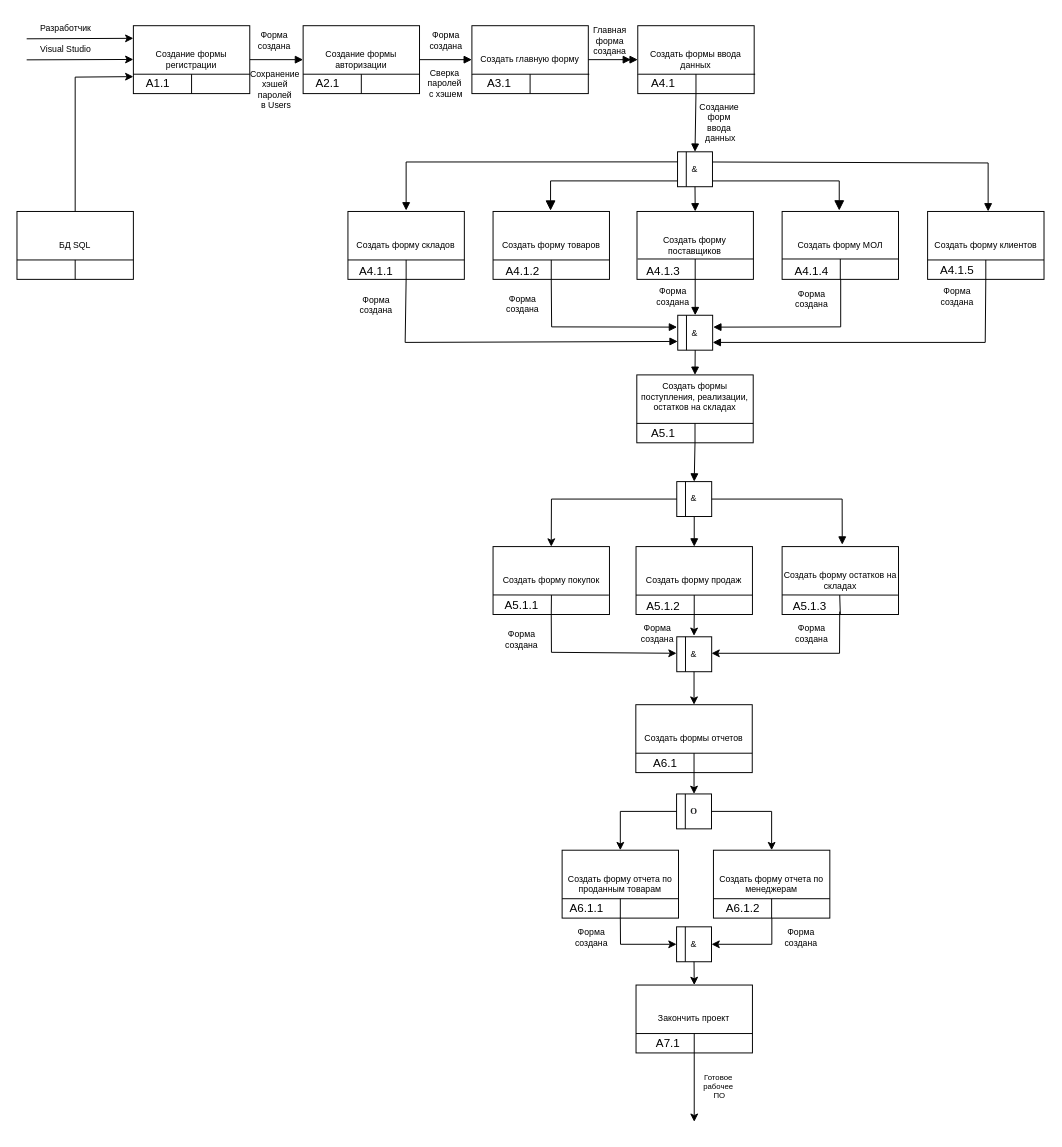
The draw.io diagram IDEF3.drawio in dallas-ak/MiSPIS, before the edit. Source tidied: cells renumbered, new cells numbered last; positions are measured from the earlier drawing's top-left corner, leaving out a move shared by most shapes. Both pictures are drawn from the tidied source at 97%, with x=0, y=0 at pixel (16, 16).
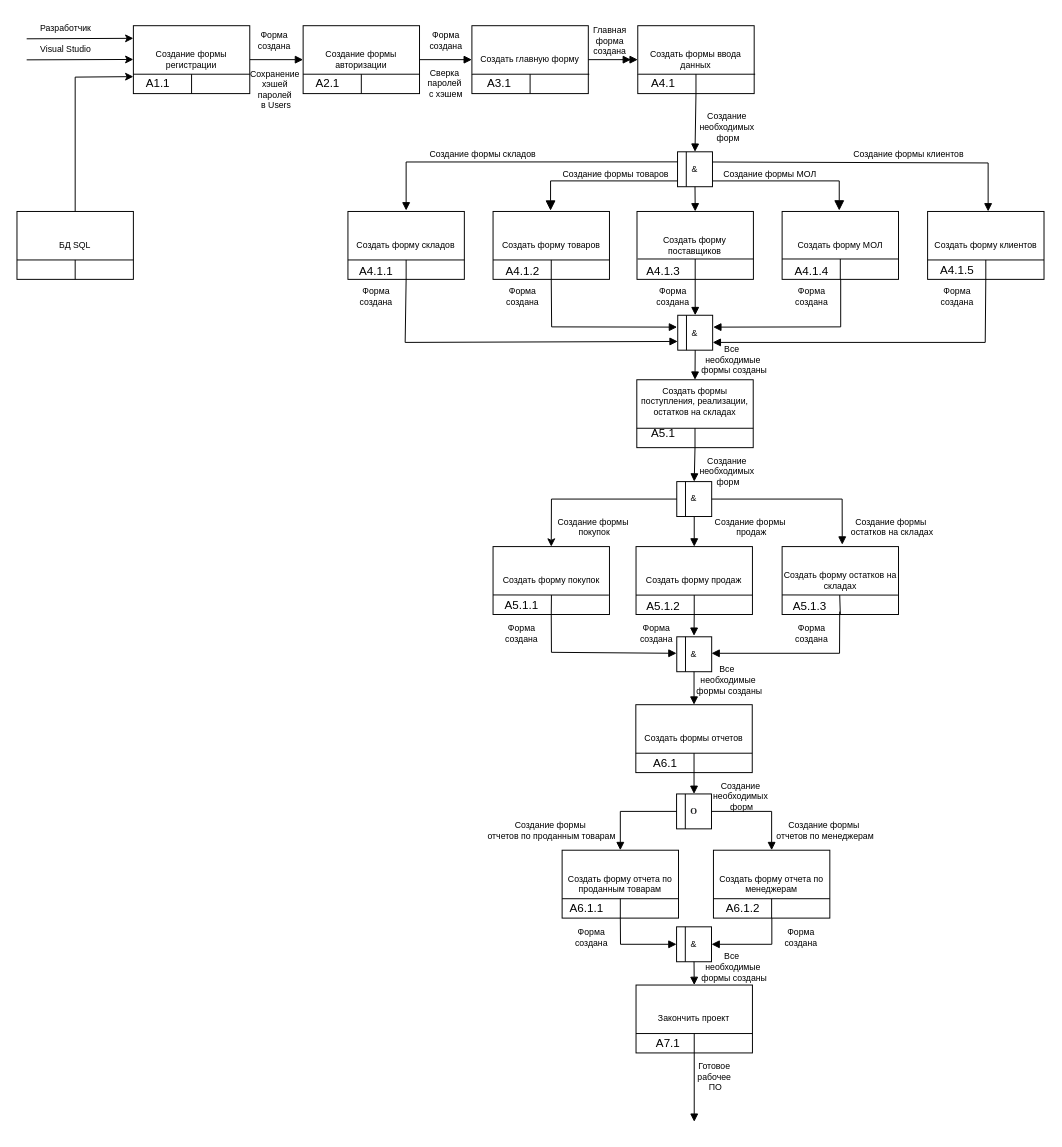
Above is the later version.

The change refers to these unchanged cells:
```xml
<mxCell id="45" value="Создать&amp;nbsp;форму покупок" style="rounded=0;whiteSpace=wrap;html=1;fontSize=9;" parent="1" vertex="1">
  <mxGeometry x="490.8" y="546" width="120" height="70" as="geometry" />
</mxCell>
<mxCell id="48" value="Создать&amp;nbsp;форму продаж" style="rounded=0;whiteSpace=wrap;html=1;fontSize=9;" parent="1" vertex="1">
  <mxGeometry x="638.2" y="546" width="120" height="70" as="geometry" />
</mxCell>
<mxCell id="72" value="Создать формы отчетов" style="rounded=0;whiteSpace=wrap;html=1;fontSize=9;" parent="1" vertex="1">
  <mxGeometry x="638" y="709" width="120" height="70" as="geometry" />
</mxCell>
<mxCell id="76" value="Создать форму отчета по проданным товарам" style="rounded=0;whiteSpace=wrap;html=1;fontSize=9;" parent="1" vertex="1">
  <mxGeometry x="562" y="859" width="120" height="70" as="geometry" />
</mxCell>
<mxCell id="79" value="Создать форму отчета по менеджерам" style="rounded=0;whiteSpace=wrap;html=1;fontSize=9;" parent="1" vertex="1">
  <mxGeometry x="718" y="859" width="120" height="70" as="geometry" />
</mxCell>
<mxCell id="84" value="&lt;span style=&quot;font-weight: 700; color: rgb(32, 33, 34); font-family: &amp;quot;palatino linotype&amp;quot;, &amp;quot;new athena unicode&amp;quot;, athena, gentium, code2000, serif; font-size: 9px; text-align: start; background-color: rgb(255, 255, 255);&quot;&gt;Ο&lt;/span&gt;" style="whiteSpace=wrap;html=1;fontSize=9;" parent="83" vertex="1">
  <mxGeometry width="36" height="36" as="geometry" />
</mxCell>
<mxCell id="88" value="Закончить проект" style="rounded=0;whiteSpace=wrap;html=1;fontSize=9;" parent="1" vertex="1">
  <mxGeometry x="638.2" y="998" width="120" height="70" as="geometry" />
</mxCell>
<mxCell id="92" value="&amp;amp;" style="whiteSpace=wrap;html=1;fontSize=9;" parent="91" vertex="1">
  <mxGeometry width="36" height="36" as="geometry" />
</mxCell>
```

The edit, as a diff of the source:
```diff
@@
     <mxCell id="59" value="Создать формы поступления, реализации, остатков на складах" style="rounded=0;whiteSpace=wrap;html=1;fontSize=9;verticalAlign=top;spacingBottom=0;labelPosition=center;verticalLabelPosition=middle;align=center;" parent="1" vertex="1">
-      <mxGeometry x="639" y="369" width="120" height="70" as="geometry" />
+      <mxGeometry x="639" y="374" width="120" height="70" as="geometry" />
     </mxCell>
     <mxCell id="60" style="endArrow=none;html=1;rounded=0;fontSize=9;" parent="1" edge="1" source="59">
       <mxGeometry relative="1" as="geometry">
-        <mxPoint x="759" y="419" as="targetPoint" />
+        <mxPoint x="759" y="424" as="targetPoint" />
         <Array as="points">
-          <mxPoint x="639" y="419" />
+          <mxPoint x="639" y="424" />
         </Array>
       </mxGeometry>
     </mxCell>
     <mxCell id="61" style="endArrow=none;html=1;rounded=0;exitX=0.5;exitY=1;exitDx=0;exitDy=0;fontSize=9;" parent="1" edge="1" source="59">
       <mxGeometry relative="1" as="geometry">
-        <mxPoint x="699" y="419" as="targetPoint" />
+        <mxPoint x="699" y="424" as="targetPoint" />
       </mxGeometry>
     </mxCell>
@@
-    <mxCell id="68" style="endArrow=classic;html=1;rounded=0;entryX=0.5;entryY=0;entryDx=0;entryDy=0;exitX=0.5;exitY=1;exitDx=0;exitDy=0;fontSize=9;" parent="1" edge="1" source="48">
+    <mxCell id="68" style="endArrow=block;html=1;rounded=0;entryX=0.5;entryY=0;entryDx=0;entryDy=0;exitX=0.5;exitY=1;exitDx=0;exitDy=0;fontSize=9;endFill=1;" parent="1" edge="1" source="48">
       <mxGeometry relative="1" as="geometry">
         <mxPoint x="698" y="638" as="targetPoint" />
       </mxGeometry>
     </mxCell>
-    <mxCell id="69" style="endArrow=classic;html=1;rounded=0;entryX=0;entryY=0.5;entryDx=0;entryDy=0;exitX=0.5;exitY=1;exitDx=0;exitDy=0;fontSize=9;" parent="1" edge="1" source="45">
+    <mxCell id="69" style="endArrow=block;html=1;rounded=0;entryX=0;entryY=0.5;entryDx=0;entryDy=0;exitX=0.5;exitY=1;exitDx=0;exitDy=0;fontSize=9;endFill=1;" parent="1" edge="1" source="45">
       <mxGeometry relative="1" as="geometry">
         <mxPoint x="680" y="656" as="targetPoint" />
         <Array as="points">
           <mxPoint x="551" y="655" />
         </Array>
       </mxGeometry>
     </mxCell>
-    <mxCell id="70" style="endArrow=classic;html=1;rounded=0;exitX=0.5;exitY=1;exitDx=0;exitDy=0;entryX=1;entryY=0.5;entryDx=0;entryDy=0;fontSize=9;" parent="1" edge="1">
+    <mxCell id="70" style="endArrow=block;html=1;rounded=0;exitX=0.5;exitY=1;exitDx=0;exitDy=0;entryX=1;entryY=0.5;entryDx=0;entryDy=0;fontSize=9;endFill=1;" parent="1" edge="1">
       <mxGeometry relative="1" as="geometry">
         <mxPoint x="848.2" y="613" as="sourcePoint" />
         <mxPoint x="716" y="656" as="targetPoint" />
         <Array as="points">
           <mxPoint x="848" y="656" />
         </Array>
       </mxGeometry>
     </mxCell>
-    <mxCell id="71" style="endArrow=classic;html=1;rounded=0;exitX=0.5;exitY=1;exitDx=0;exitDy=0;fontSize=9;" parent="1" edge="1">
+    <mxCell id="71" style="endArrow=block;html=1;rounded=0;exitX=0.5;exitY=1;exitDx=0;exitDy=0;fontSize=9;endFill=1;" parent="1" edge="1">
       <mxGeometry relative="1" as="geometry">
         <mxPoint x="698" y="674" as="sourcePoint" />
         <mxPoint x="698" y="709" as="targetPoint" />
       </mxGeometry>
     </mxCell>
@@
-    <mxCell id="75" style="endArrow=classic;html=1;rounded=0;exitX=0.5;exitY=1;exitDx=0;exitDy=0;fontSize=9;entryX=0.5;entryY=0;entryDx=0;entryDy=0;" parent="1" edge="1" source="72" target="84">
+    <mxCell id="75" style="endArrow=block;html=1;rounded=0;exitX=0.5;exitY=1;exitDx=0;exitDy=0;fontSize=9;entryX=0.5;entryY=0;entryDx=0;entryDy=0;endFill=1;" parent="1" edge="1" source="72" target="84">
       <mxGeometry relative="1" as="geometry" />
     </mxCell>
@@
-    <mxCell id="86" style="endArrow=classic;html=1;rounded=0;entryX=0.5;entryY=0;entryDx=0;entryDy=0;exitX=0;exitY=0.5;exitDx=0;exitDy=0;fontSize=9;" parent="1" edge="1" source="84" target="76">
+    <mxCell id="86" style="endArrow=block;html=1;rounded=0;entryX=0.5;entryY=0;entryDx=0;entryDy=0;exitX=0;exitY=0.5;exitDx=0;exitDy=0;fontSize=9;endFill=1;" parent="1" edge="1" source="84" target="76">
       <mxGeometry relative="1" as="geometry">
         <Array as="points">
           <mxPoint x="622" y="819" />
         </Array>
       </mxGeometry>
     </mxCell>
-    <mxCell id="87" style="endArrow=classic;html=1;rounded=0;entryX=0.5;entryY=0;entryDx=0;entryDy=0;exitX=1;exitY=0.5;exitDx=0;exitDy=0;fontSize=9;" parent="1" edge="1" source="84" target="79">
+    <mxCell id="87" style="endArrow=block;html=1;rounded=0;entryX=0.5;entryY=0;entryDx=0;entryDy=0;exitX=1;exitY=0.5;exitDx=0;exitDy=0;fontSize=9;endFill=1;" parent="1" edge="1" source="84" target="79">
       <mxGeometry relative="1" as="geometry">
         <Array as="points">
           <mxPoint x="778" y="819" />
         </Array>
       </mxGeometry>
     </mxCell>
@@
-    <mxCell id="94" style="endArrow=classic;html=1;rounded=0;entryX=0.5;entryY=0;entryDx=0;entryDy=0;exitX=0.5;exitY=1;exitDx=0;exitDy=0;fontSize=9;" parent="1" edge="1" source="92" target="88">
+    <mxCell id="94" style="endArrow=block;html=1;rounded=0;entryX=0.5;entryY=0;entryDx=0;entryDy=0;exitX=0.5;exitY=1;exitDx=0;exitDy=0;fontSize=9;endFill=1;" parent="1" edge="1" source="92" target="88">
       <mxGeometry relative="1" as="geometry" />
     </mxCell>
-    <mxCell id="95" style="endArrow=classic;html=1;rounded=0;entryX=0;entryY=0.5;entryDx=0;entryDy=0;exitX=0.5;exitY=1;exitDx=0;exitDy=0;fontSize=9;" parent="1" edge="1" source="76" target="92">
+    <mxCell id="95" style="endArrow=block;html=1;rounded=0;entryX=0;entryY=0.5;entryDx=0;entryDy=0;exitX=0.5;exitY=1;exitDx=0;exitDy=0;fontSize=9;endFill=1;" parent="1" edge="1" source="76" target="92">
       <mxGeometry relative="1" as="geometry">
         <Array as="points">
           <mxPoint x="622.2" y="956" />
         </Array>
       </mxGeometry>
     </mxCell>
-    <mxCell id="96" style="endArrow=classic;html=1;rounded=0;entryX=1;entryY=0.5;entryDx=0;entryDy=0;exitX=0.5;exitY=1;exitDx=0;exitDy=0;fontSize=9;" parent="1" edge="1" target="92">
+    <mxCell id="96" style="endArrow=block;html=1;rounded=0;entryX=1;entryY=0.5;entryDx=0;entryDy=0;exitX=0.5;exitY=1;exitDx=0;exitDy=0;fontSize=9;endFill=1;" parent="1" edge="1" target="92">
       <mxGeometry relative="1" as="geometry">
         <mxPoint x="778.2" y="929" as="sourcePoint" />
         <Array as="points">
           <mxPoint x="778.2" y="956" />
         </Array>
       </mxGeometry>
     </mxCell>
-    <mxCell id="97" style="endArrow=classic;html=1;rounded=0;exitX=0.5;exitY=1;exitDx=0;exitDy=0;fontSize=9;" parent="1" edge="1" source="88">
+    <mxCell id="97" style="endArrow=block;html=1;rounded=0;exitX=0.5;exitY=1;exitDx=0;exitDy=0;fontSize=9;endFill=1;" parent="1" edge="1" source="88">
       <mxGeometry relative="1" as="geometry">
         <mxPoint x="698.2" y="1139" as="targetPoint" />
       </mxGeometry>
     </mxCell>
@@
-    <mxCell id="114" value="Создание&amp;nbsp;&lt;div&gt;форм&amp;nbsp;&lt;/div&gt;&lt;div&gt;ввода&amp;nbsp;&lt;/div&gt;&lt;div&gt;данных&lt;/div&gt;" style="text;html=1;align=center;verticalAlign=middle;strokeColor=none;fillColor=none;fontSize=9;" parent="1" vertex="1">
-      <mxGeometry x="690" y="79" width="70" height="60" as="geometry" />
-    </mxCell>
@@
-    <mxCell id="132" value="Готовое&amp;nbsp;&lt;div style=&quot;font-size: 8px;&quot;&gt;рабочее&amp;nbsp;&lt;/div&gt;&lt;div style=&quot;font-size: 8px;&quot;&gt;ПО&lt;/div&gt;" style="text;html=1;align=center;verticalAlign=middle;strokeColor=none;fillColor=none;fontSize=8;" parent="1" vertex="1">
-      <mxGeometry x="694" y="1083" width="60" height="40" as="geometry" />
+    <mxCell id="132" value="Готовое&amp;nbsp;&lt;div style=&quot;font-size: 9px;&quot;&gt;рабочее&amp;nbsp;&lt;/div&gt;&lt;div style=&quot;font-size: 9px;&quot;&gt;ПО&lt;/div&gt;" style="text;html=1;align=center;verticalAlign=middle;strokeColor=none;fillColor=none;fontSize=9;" parent="1" vertex="1">
+      <mxGeometry x="690" y="1068" width="60" height="50" as="geometry" />
     </mxCell>
     <mxCell id="133" value="Форма&lt;div style=&quot;font-size: 9px;&quot;&gt;создана&lt;/div&gt;" style="text;html=1;align=center;verticalAlign=middle;strokeColor=none;fillColor=none;fontSize=9;" parent="1" vertex="1">
-      <mxGeometry x="340.2" y="277" width="60" height="40" as="geometry" />
+      <mxGeometry x="340.2" y="267.5" width="60" height="40" as="geometry" />
     </mxCell>
     <mxCell id="134" value="Форма&lt;div style=&quot;font-size: 9px;&quot;&gt;создана&lt;/div&gt;" style="text;html=1;align=center;verticalAlign=middle;strokeColor=none;fillColor=none;fontSize=9;" parent="1" vertex="1">
-      <mxGeometry x="490.8" y="276" width="60" height="40" as="geometry" />
+      <mxGeometry x="490.8" y="267.5" width="60" height="40" as="geometry" />
     </mxCell>
@@
     <mxCell id="136" value="Форма&lt;div style=&quot;font-size: 9px;&quot;&gt;создана&lt;/div&gt;" style="text;html=1;align=center;verticalAlign=middle;strokeColor=none;fillColor=none;fontSize=9;" parent="1" vertex="1">
-      <mxGeometry x="788.8" y="270.5" width="60" height="40" as="geometry" />
+      <mxGeometry x="788.8" y="267.5" width="60" height="40" as="geometry" />
     </mxCell>
@@
     <mxCell id="138" value="Форма&lt;div style=&quot;font-size: 9px;&quot;&gt;создана&lt;/div&gt;" style="text;html=1;align=center;verticalAlign=middle;strokeColor=none;fillColor=none;fontSize=9;" parent="1" vertex="1">
-      <mxGeometry x="489.8" y="622" width="60" height="40" as="geometry" />
+      <mxGeometry x="489.8" y="616" width="60" height="40" as="geometry" />
     </mxCell>
     <mxCell id="139" value="Форма&lt;div style=&quot;font-size: 9px;&quot;&gt;создана&lt;/div&gt;" style="text;html=1;align=center;verticalAlign=middle;strokeColor=none;fillColor=none;fontSize=9;" parent="1" vertex="1">
-      <mxGeometry x="630" y="616" width="60" height="40" as="geometry" />
+      <mxGeometry x="629" y="616" width="60" height="40" as="geometry" />
     </mxCell>
@@
+    <mxCell id="143" value="Все&amp;nbsp;&lt;div style=&quot;font-size: 9px;&quot;&gt;необходимые&lt;/div&gt;&lt;div style=&quot;font-size: 9px;&quot;&gt;&amp;nbsp;формы созданы&lt;/div&gt;" style="text;html=1;align=center;verticalAlign=middle;strokeColor=none;fillColor=none;fontSize=9;" parent="1" vertex="1">
+      <mxGeometry x="688" y="659" width="90" height="50" as="geometry" />
+    </mxCell>
+    <mxCell id="144" value="Все&amp;nbsp;&lt;div style=&quot;font-size: 9px;&quot;&gt;необходимые&lt;/div&gt;&lt;div style=&quot;font-size: 9px;&quot;&gt;&amp;nbsp;формы созданы&lt;/div&gt;" style="text;html=1;align=center;verticalAlign=middle;strokeColor=none;fillColor=none;fontSize=9;" parent="1" vertex="1">
+      <mxGeometry x="693" y="329" width="90" height="50" as="geometry" />
+    </mxCell>
+    <mxCell id="145" value="Все&amp;nbsp;&lt;div style=&quot;font-size: 9px;&quot;&gt;необходимые&lt;/div&gt;&lt;div style=&quot;font-size: 9px;&quot;&gt;&amp;nbsp;формы созданы&lt;/div&gt;" style="text;html=1;align=center;verticalAlign=middle;strokeColor=none;fillColor=none;fontSize=9;" parent="1" vertex="1">
+      <mxGeometry x="693" y="955" width="90" height="50" as="geometry" />
+    </mxCell>
+    <mxCell id="146" value="Создание&amp;nbsp;&lt;div style=&quot;font-size: 9px;&quot;&gt;необходимых&amp;nbsp;&lt;/div&gt;&lt;div style=&quot;font-size: 9px;&quot;&gt;форм&lt;/div&gt;" style="text;html=1;align=center;verticalAlign=middle;strokeColor=none;fillColor=none;fontSize=9;" parent="1" vertex="1">
+      <mxGeometry x="706.8" y="779" width="80" height="50" as="geometry" />
+    </mxCell>
+    <mxCell id="147" value="Создание&amp;nbsp;&lt;div style=&quot;font-size: 9px;&quot;&gt;необходимых&amp;nbsp;&lt;/div&gt;&lt;div style=&quot;font-size: 9px;&quot;&gt;форм&lt;/div&gt;" style="text;html=1;align=center;verticalAlign=middle;strokeColor=none;fillColor=none;fontSize=9;" parent="1" vertex="1">
+      <mxGeometry x="693" y="444" width="80" height="50" as="geometry" />
+    </mxCell>
+    <mxCell id="148" value="Создание&amp;nbsp;&lt;div style=&quot;font-size: 9px;&quot;&gt;необходимых&amp;nbsp;&lt;/div&gt;&lt;div style=&quot;font-size: 9px;&quot;&gt;форм&lt;/div&gt;" style="text;html=1;align=center;verticalAlign=middle;strokeColor=none;fillColor=none;fontSize=9;" parent="1" vertex="1">
+      <mxGeometry x="693" y="89" width="80" height="50" as="geometry" />
+    </mxCell>
+    <mxCell id="149" value="Создание формы складов" style="text;html=1;align=center;verticalAlign=middle;strokeColor=none;fillColor=none;fontSize=9;" parent="1" vertex="1">
+      <mxGeometry x="415" y="132" width="130" height="20" as="geometry" />
+    </mxCell>
+    <mxCell id="150" value="Создание формы товаров" style="text;html=1;align=center;verticalAlign=middle;strokeColor=none;fillColor=none;fontSize=9;" parent="1" vertex="1">
+      <mxGeometry x="552" y="152" width="130" height="20" as="geometry" />
+    </mxCell>
+    <mxCell id="151" value="Создание формы клиентов" style="text;html=1;align=center;verticalAlign=middle;strokeColor=none;fillColor=none;fontSize=9;" parent="1" vertex="1">
+      <mxGeometry x="848.8" y="132" width="140" height="20" as="geometry" />
+    </mxCell>
+    <mxCell id="152" value="Создание формы МОЛ" style="text;html=1;align=center;verticalAlign=middle;strokeColor=none;fillColor=none;fontSize=9;" parent="1" vertex="1">
+      <mxGeometry x="716" y="152" width="120" height="20" as="geometry" />
+    </mxCell>
+    <mxCell id="153" value="Создание формы&amp;nbsp;&lt;div&gt;покупок&lt;/div&gt;" style="text;html=1;align=center;verticalAlign=middle;strokeColor=none;fillColor=none;fontSize=9;" parent="1" vertex="1">
+      <mxGeometry x="545" y="506" width="100" height="40" as="geometry" />
+    </mxCell>
+    <mxCell id="154" value="Создание формы&amp;nbsp;&lt;div&gt;остатков на складах&lt;/div&gt;" style="text;html=1;align=center;verticalAlign=middle;strokeColor=none;fillColor=none;fontSize=9;" parent="1" vertex="1">
+      <mxGeometry x="846.8" y="506" width="110" height="40" as="geometry" />
+    </mxCell>
+    <mxCell id="155" value="Создание формы&amp;nbsp;&lt;div&gt;продаж&lt;/div&gt;" style="text;html=1;align=center;verticalAlign=middle;strokeColor=none;fillColor=none;fontSize=9;" parent="1" vertex="1">
+      <mxGeometry x="706.8" y="506" width="100" height="40" as="geometry" />
+    </mxCell>
+    <mxCell id="156" value="Создание формы&amp;nbsp;&lt;div&gt;отчетов по менеджерам&lt;/div&gt;" style="text;html=1;align=center;verticalAlign=middle;strokeColor=none;fillColor=none;fontSize=9;" parent="1" vertex="1">
+      <mxGeometry x="773" y="819" width="120" height="40" as="geometry" />
+    </mxCell>
+    <mxCell id="157" value="Создание формы&amp;nbsp;&lt;div&gt;отчетов по проданным товарам&lt;/div&gt;" style="text;html=1;align=center;verticalAlign=middle;strokeColor=none;fillColor=none;fontSize=9;" parent="1" vertex="1">
+      <mxGeometry x="470.8" y="819" width="160" height="40" as="geometry" />
+    </mxCell>
```
